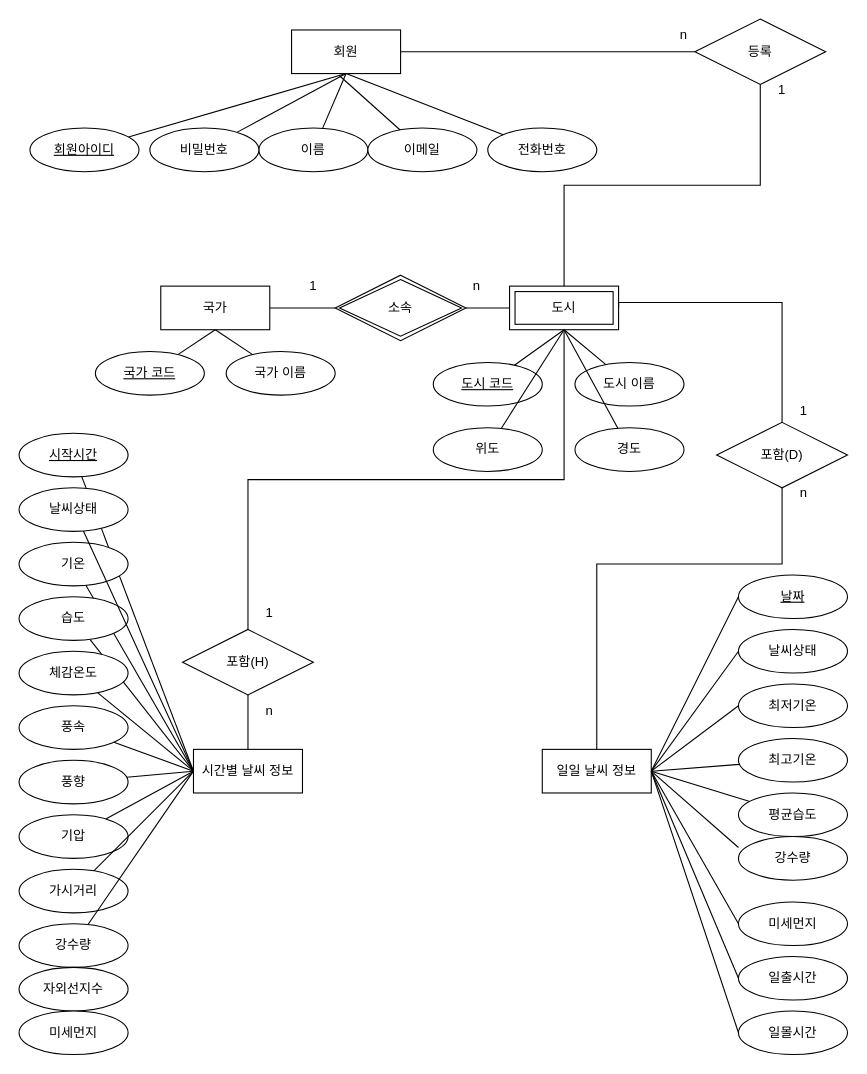
Before: Untitled Diagram.drawio in yeganghwang/db_weather, a draw.io diagram. Source tidied: cells renumbered, new cells numbered last; positions are measured from the earlier drawing's top-left corner, leaving out a move shared by most shapes. Both pictures are drawn from the tidied source at 109%, with x=0, y=0 at pixel (19, 19).
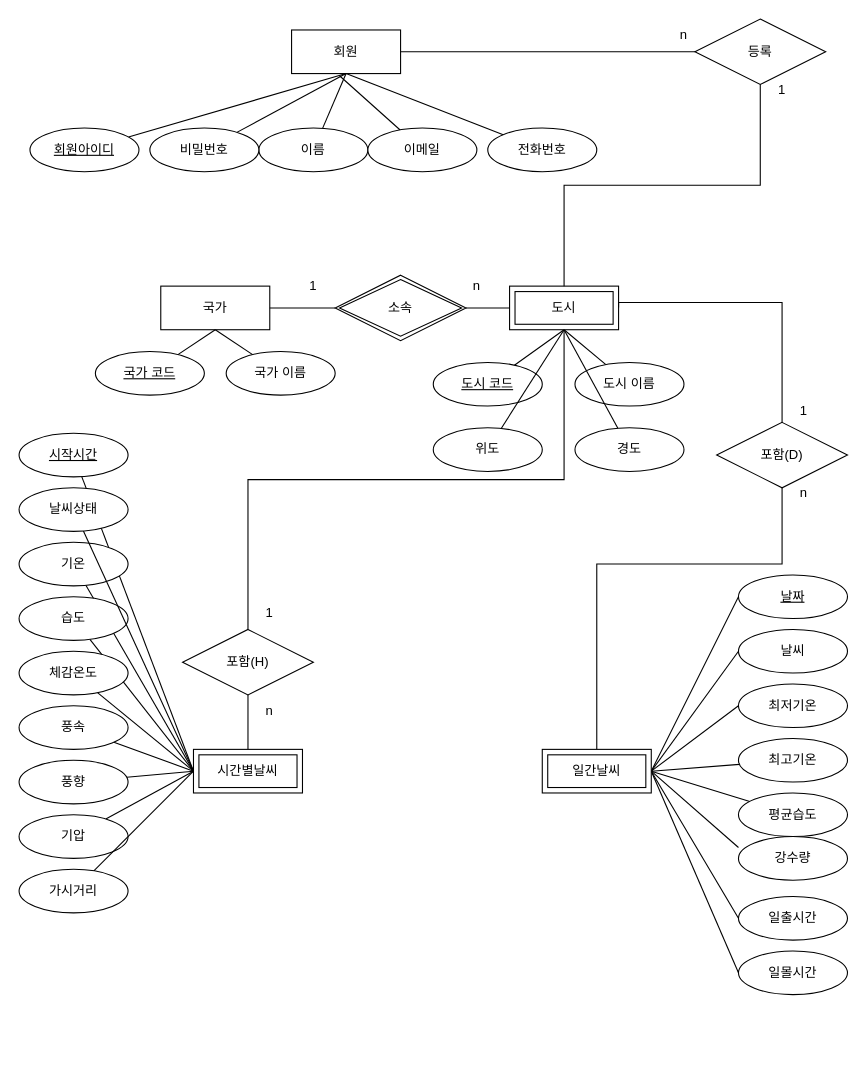
The same diagram, later.

The change refers to these unchanged cells:
```xml
<mxCell id="37" value="시작시간" style="ellipse;whiteSpace=wrap;html=1;align=center;fontStyle=4;" parent="1" vertex="1">
  <mxGeometry y="380" width="100" height="40" as="geometry" />
</mxCell>
<mxCell id="39" value="기온" style="ellipse;whiteSpace=wrap;html=1;align=center;" parent="1" vertex="1">
  <mxGeometry y="480" width="100" height="40" as="geometry" />
</mxCell>
<mxCell id="41" value="습도" style="ellipse;whiteSpace=wrap;html=1;align=center;" parent="1" vertex="1">
  <mxGeometry y="530" width="100" height="40" as="geometry" />
</mxCell>
<mxCell id="43" value="날씨상태" style="ellipse;whiteSpace=wrap;html=1;align=center;" parent="1" vertex="1">
  <mxGeometry y="430" width="100" height="40" as="geometry" />
</mxCell>
<mxCell id="47" value="풍속" style="ellipse;whiteSpace=wrap;html=1;align=center;" parent="1" vertex="1">
  <mxGeometry y="630" width="100" height="40" as="geometry" />
</mxCell>
<mxCell id="49" value="풍향" style="ellipse;whiteSpace=wrap;html=1;align=center;" parent="1" vertex="1">
  <mxGeometry y="680" width="100" height="40" as="geometry" />
</mxCell>
<mxCell id="53" value="가시거리" style="ellipse;whiteSpace=wrap;html=1;align=center;" parent="1" vertex="1">
  <mxGeometry y="780" width="100" height="40" as="geometry" />
</mxCell>
<mxCell id="59" value="최저기온" style="ellipse;whiteSpace=wrap;html=1;align=center;" parent="1" vertex="1">
  <mxGeometry x="660" y="610" width="100" height="40" as="geometry" />
</mxCell>
<mxCell id="61" value="최고기온" style="ellipse;whiteSpace=wrap;html=1;align=center;" parent="1" vertex="1">
  <mxGeometry x="660" y="660" width="100" height="40" as="geometry" />
</mxCell>
<mxCell id="63" value="평균습도" style="ellipse;whiteSpace=wrap;html=1;align=center;" parent="1" vertex="1">
  <mxGeometry x="660" y="710" width="100" height="40" as="geometry" />
</mxCell>
<mxCell id="68" value="포함(H)" style="shape=rhombus;perimeter=rhombusPerimeter;whiteSpace=wrap;html=1;align=center;" parent="1" vertex="1">
  <mxGeometry x="150" y="560" width="120" height="60" as="geometry" />
</mxCell>
<mxCell id="69" value="포함(D)" style="shape=rhombus;perimeter=rhombusPerimeter;whiteSpace=wrap;html=1;align=center;" parent="1" vertex="1">
  <mxGeometry x="640" y="370" width="120" height="60" as="geometry" />
</mxCell>
<mxCell id="85" value="강수량" style="ellipse;whiteSpace=wrap;html=1;align=center;" parent="1" vertex="1">
  <mxGeometry x="660" y="750" width="100" height="40" as="geometry" />
</mxCell>
```

Diff of the diagram source:
```diff
@@
-    <mxCell id="4" value="시간별 날씨 정보" style="whiteSpace=wrap;html=1;align=center;" parent="1" vertex="1">
-      <mxGeometry x="160" y="670" width="100" height="40" as="geometry" />
-    </mxCell>
-    <mxCell id="5" value="일일 날씨 정보" style="whiteSpace=wrap;html=1;align=center;" parent="1" vertex="1">
-      <mxGeometry x="480" y="670" width="100" height="40" as="geometry" />
-    </mxCell>
@@
-    <mxCell id="36" style="edgeStyle=none;rounded=0;jettySize=auto;html=1;entryX=0;entryY=0.5;entryDx=0;entryDy=0;endArrow=none;endFill=0;" parent="1" edge="1" source="37" target="4">
-      <mxGeometry relative="1" as="geometry" />
+    <mxCell id="36" style="edgeStyle=none;rounded=0;jettySize=auto;html=1;entryX=0;entryY=0.5;entryDx=0;entryDy=0;endArrow=none;endFill=0;" parent="1" edge="1" source="37">
+      <mxGeometry relative="1" as="geometry">
+        <mxPoint x="160" y="690" as="targetPoint" />
+      </mxGeometry>
     </mxCell>
@@
-    <mxCell id="38" style="edgeStyle=none;rounded=0;jettySize=auto;html=1;entryX=0;entryY=0.5;entryDx=0;entryDy=0;endArrow=none;endFill=0;" parent="1" edge="1" source="39" target="4">
-      <mxGeometry relative="1" as="geometry" />
+    <mxCell id="38" style="edgeStyle=none;rounded=0;jettySize=auto;html=1;entryX=0;entryY=0.5;entryDx=0;entryDy=0;endArrow=none;endFill=0;" parent="1" edge="1" source="39">
+      <mxGeometry relative="1" as="geometry">
+        <mxPoint x="160" y="690" as="targetPoint" />
+      </mxGeometry>
     </mxCell>
@@
-    <mxCell id="40" style="edgeStyle=none;rounded=0;jettySize=auto;html=1;entryX=0;entryY=0.5;entryDx=0;entryDy=0;endArrow=none;endFill=0;" parent="1" edge="1" source="41" target="4">
-      <mxGeometry relative="1" as="geometry" />
+    <mxCell id="40" style="edgeStyle=none;rounded=0;jettySize=auto;html=1;entryX=0;entryY=0.5;entryDx=0;entryDy=0;endArrow=none;endFill=0;" parent="1" edge="1" source="41">
+      <mxGeometry relative="1" as="geometry">
+        <mxPoint x="160" y="690" as="targetPoint" />
+      </mxGeometry>
     </mxCell>
@@
-    <mxCell id="42" style="edgeStyle=none;rounded=0;jettySize=auto;html=1;entryX=0;entryY=0.5;entryDx=0;entryDy=0;endArrow=none;endFill=0;" parent="1" edge="1" source="43" target="4">
-      <mxGeometry relative="1" as="geometry" />
+    <mxCell id="42" style="edgeStyle=none;rounded=0;jettySize=auto;html=1;entryX=0;entryY=0.5;entryDx=0;entryDy=0;endArrow=none;endFill=0;" parent="1" edge="1" source="43">
+      <mxGeometry relative="1" as="geometry">
+        <mxPoint x="160" y="690" as="targetPoint" />
+      </mxGeometry>
     </mxCell>
@@
-    <mxCell id="46" style="edgeStyle=none;rounded=0;jettySize=auto;html=1;entryX=0;entryY=0.5;entryDx=0;entryDy=0;endArrow=none;endFill=0;" parent="1" edge="1" source="47" target="4">
-      <mxGeometry relative="1" as="geometry" />
+    <mxCell id="46" style="edgeStyle=none;rounded=0;jettySize=auto;html=1;entryX=0;entryY=0.5;entryDx=0;entryDy=0;endArrow=none;endFill=0;" parent="1" edge="1" source="47">
+      <mxGeometry relative="1" as="geometry">
+        <mxPoint x="160" y="690" as="targetPoint" />
+      </mxGeometry>
     </mxCell>
@@
-    <mxCell id="48" style="edgeStyle=none;rounded=0;jettySize=auto;html=1;entryX=0;entryY=0.5;entryDx=0;entryDy=0;endArrow=none;endFill=0;" parent="1" edge="1" source="49" target="4">
-      <mxGeometry relative="1" as="geometry" />
+    <mxCell id="48" style="edgeStyle=none;rounded=0;jettySize=auto;html=1;entryX=0;entryY=0.5;entryDx=0;entryDy=0;endArrow=none;endFill=0;" parent="1" edge="1" source="49">
+      <mxGeometry relative="1" as="geometry">
+        <mxPoint x="160" y="690" as="targetPoint" />
+      </mxGeometry>
     </mxCell>
@@
-    <mxCell id="52" style="edgeStyle=none;rounded=0;jettySize=auto;html=1;entryX=0;entryY=0.5;entryDx=0;entryDy=0;endArrow=none;endFill=0;" parent="1" edge="1" source="53" target="4">
-      <mxGeometry relative="1" as="geometry" />
+    <mxCell id="52" style="edgeStyle=none;rounded=0;jettySize=auto;html=1;entryX=0;entryY=0.5;entryDx=0;entryDy=0;endArrow=none;endFill=0;" parent="1" edge="1" source="53">
+      <mxGeometry relative="1" as="geometry">
+        <mxPoint x="160" y="690" as="targetPoint" />
+      </mxGeometry>
     </mxCell>
@@
-    <mxCell id="56" style="edgeStyle=none;rounded=0;jettySize=auto;html=1;entryX=1;entryY=0.5;entryDx=0;entryDy=0;startArrow=none;startFill=0;endArrow=none;endFill=0;exitX=0;exitY=0.5;exitDx=0;exitDy=0;" parent="1" edge="1" source="57" target="5">
-      <mxGeometry relative="1" as="geometry" />
+    <mxCell id="56" style="edgeStyle=none;rounded=0;jettySize=auto;html=1;entryX=1;entryY=0.5;entryDx=0;entryDy=0;startArrow=none;startFill=0;endArrow=none;endFill=0;exitX=0;exitY=0.5;exitDx=0;exitDy=0;" parent="1" edge="1" source="57">
+      <mxGeometry relative="1" as="geometry">
+        <mxPoint x="580" y="690" as="targetPoint" />
+      </mxGeometry>
     </mxCell>
-    <mxCell id="57" value="날씨상태" style="ellipse;whiteSpace=wrap;html=1;align=center;" parent="1" vertex="1">
+    <mxCell id="57" value="날씨" style="ellipse;whiteSpace=wrap;html=1;align=center;" parent="1" vertex="1">
       <mxGeometry x="660" y="560" width="100" height="40" as="geometry" />
     </mxCell>
-    <mxCell id="58" style="edgeStyle=none;rounded=0;jettySize=auto;html=1;entryX=1;entryY=0.5;entryDx=0;entryDy=0;startArrow=none;startFill=0;endArrow=none;endFill=0;exitX=0;exitY=0.5;exitDx=0;exitDy=0;" parent="1" edge="1" source="59" target="5">
-      <mxGeometry relative="1" as="geometry" />
+    <mxCell id="58" style="edgeStyle=none;rounded=0;jettySize=auto;html=1;entryX=1;entryY=0.5;entryDx=0;entryDy=0;startArrow=none;startFill=0;endArrow=none;endFill=0;exitX=0;exitY=0.5;exitDx=0;exitDy=0;" parent="1" edge="1" source="59">
+      <mxGeometry relative="1" as="geometry">
+        <mxPoint x="580" y="690" as="targetPoint" />
+      </mxGeometry>
     </mxCell>
@@
-    <mxCell id="60" style="edgeStyle=none;rounded=0;jettySize=auto;html=1;entryX=1;entryY=0.5;entryDx=0;entryDy=0;startArrow=none;startFill=0;endArrow=none;endFill=0;" parent="1" edge="1" source="61" target="5">
-      <mxGeometry relative="1" as="geometry" />
+    <mxCell id="60" style="edgeStyle=none;rounded=0;jettySize=auto;html=1;entryX=1;entryY=0.5;entryDx=0;entryDy=0;startArrow=none;startFill=0;endArrow=none;endFill=0;" parent="1" edge="1" source="61">
+      <mxGeometry relative="1" as="geometry">
+        <mxPoint x="580" y="690" as="targetPoint" />
+      </mxGeometry>
     </mxCell>
@@
-    <mxCell id="62" style="edgeStyle=none;rounded=0;jettySize=auto;html=1;entryX=1;entryY=0.5;entryDx=0;entryDy=0;startArrow=none;startFill=0;endArrow=none;endFill=0;" parent="1" edge="1" source="63" target="5">
-      <mxGeometry relative="1" as="geometry" />
+    <mxCell id="62" style="edgeStyle=none;rounded=0;jettySize=auto;html=1;entryX=1;entryY=0.5;entryDx=0;entryDy=0;startArrow=none;startFill=0;endArrow=none;endFill=0;" parent="1" edge="1" source="63">
+      <mxGeometry relative="1" as="geometry">
+        <mxPoint x="580" y="690" as="targetPoint" />
+      </mxGeometry>
     </mxCell>
@@
-    <mxCell id="64" style="edgeStyle=none;rounded=0;jettySize=auto;html=1;entryX=1;entryY=0.5;entryDx=0;entryDy=0;startArrow=none;startFill=0;endArrow=none;endFill=0;exitX=0;exitY=0.5;exitDx=0;exitDy=0;" parent="1" edge="1" source="65" target="5">
-      <mxGeometry relative="1" as="geometry" />
+    <mxCell id="64" style="edgeStyle=none;rounded=0;jettySize=auto;html=1;entryX=1;entryY=0.5;entryDx=0;entryDy=0;startArrow=none;startFill=0;endArrow=none;endFill=0;exitX=0;exitY=0.5;exitDx=0;exitDy=0;" parent="1" edge="1" source="65">
+      <mxGeometry relative="1" as="geometry">
+        <mxPoint x="580" y="690" as="targetPoint" />
+      </mxGeometry>
     </mxCell>
     <mxCell id="65" value="일출시간" style="ellipse;whiteSpace=wrap;html=1;align=center;" parent="1" vertex="1">
-      <mxGeometry x="660" y="860" width="100" height="40" as="geometry" />
+      <mxGeometry x="660" y="805" width="100" height="40" as="geometry" />
     </mxCell>
-    <mxCell id="66" style="edgeStyle=none;rounded=0;jettySize=auto;html=1;entryX=1;entryY=0.5;entryDx=0;entryDy=0;startArrow=none;startFill=0;endArrow=none;endFill=0;exitX=0;exitY=0.5;exitDx=0;exitDy=0;" parent="1" edge="1" source="67" target="5">
-      <mxGeometry relative="1" as="geometry" />
+    <mxCell id="66" style="edgeStyle=none;rounded=0;jettySize=auto;html=1;entryX=1;entryY=0.5;entryDx=0;entryDy=0;startArrow=none;startFill=0;endArrow=none;endFill=0;exitX=0;exitY=0.5;exitDx=0;exitDy=0;" parent="1" edge="1" source="67">
+      <mxGeometry relative="1" as="geometry">
+        <mxPoint x="580" y="690" as="targetPoint" />
+      </mxGeometry>
     </mxCell>
     <mxCell id="67" value="일몰시간" style="ellipse;whiteSpace=wrap;html=1;align=center;" parent="1" vertex="1">
-      <mxGeometry x="660" y="910" width="100" height="40" as="geometry" />
+      <mxGeometry x="660" y="855" width="100" height="40" as="geometry" />
     </mxCell>
@@
-    <mxCell id="71" style="endArrow=none;html=1;rounded=0;exitX=0.5;exitY=1;exitDx=0;exitDy=0;entryX=0.5;entryY=0;entryDx=0;entryDy=0;" parent="1" edge="1" source="68" target="4">
-      <mxGeometry relative="1" as="geometry" />
+    <mxCell id="71" style="endArrow=none;html=1;rounded=0;exitX=0.5;exitY=1;exitDx=0;exitDy=0;entryX=0.5;entryY=0;entryDx=0;entryDy=0;" parent="1" edge="1" source="68">
+      <mxGeometry relative="1" as="geometry">
+        <mxPoint x="210" y="670" as="targetPoint" />
+      </mxGeometry>
     </mxCell>
@@
-    <mxCell id="75" style="endArrow=none;html=1;rounded=0;entryX=0.5;entryY=1;entryDx=0;entryDy=0;exitX=0.5;exitY=0;exitDx=0;exitDy=0;edgeStyle=elbowEdgeStyle;elbow=vertical;" parent="1" edge="1" source="5" target="69">
+    <mxCell id="75" style="endArrow=none;html=1;rounded=0;entryX=0.5;entryY=1;entryDx=0;entryDy=0;exitX=0.5;exitY=0;exitDx=0;exitDy=0;edgeStyle=elbowEdgeStyle;elbow=vertical;" parent="1" edge="1" target="69">
       <mxGeometry relative="1" as="geometry">
+        <mxPoint x="530" y="670" as="sourcePoint" />
         <Array as="points">
           <mxPoint x="610" y="500" />
         </Array>
       </mxGeometry>
     </mxCell>
@@
-    <mxCell id="81" style="edgeStyle=none;rounded=0;jettySize=auto;html=1;entryX=0;entryY=0.5;entryDx=0;entryDy=0;endArrow=none;endFill=0;" parent="1" edge="1" source="82" target="4">
-      <mxGeometry relative="1" as="geometry" />
-    </mxCell>
-    <mxCell id="82" value="강수량" style="ellipse;whiteSpace=wrap;html=1;align=center;" parent="1" vertex="1">
-      <mxGeometry y="830" width="100" height="40" as="geometry" />
-    </mxCell>
-    <mxCell id="83" value="자외선지수" style="ellipse;whiteSpace=wrap;html=1;align=center;" parent="1" vertex="1">
-      <mxGeometry y="870" width="100" height="40" as="geometry" />
-    </mxCell>
-    <mxCell id="84" value="미세먼지" style="ellipse;whiteSpace=wrap;html=1;align=center;" parent="1" vertex="1">
-      <mxGeometry y="910" width="100" height="40" as="geometry" />
-    </mxCell>
@@
-    <mxCell id="86" value="미세먼지" style="ellipse;whiteSpace=wrap;html=1;align=center;" parent="1" vertex="1">
-      <mxGeometry x="660" y="810" width="100" height="40" as="geometry" />
-    </mxCell>
-    <mxCell id="87" style="edgeStyle=none;rounded=0;jettySize=auto;html=1;entryX=1;entryY=0.5;entryDx=0;entryDy=0;startArrow=none;startFill=0;endArrow=none;endFill=0;exitX=0;exitY=0.5;exitDx=0;exitDy=0;" parent="1" edge="1" source="86" target="5">
-      <mxGeometry relative="1" as="geometry" />
-    </mxCell>
-    <mxCell id="88" style="edgeStyle=none;rounded=0;jettySize=auto;html=1;startArrow=none;startFill=0;endArrow=none;endFill=0;exitX=0;exitY=0.25;exitDx=0;exitDy=0;exitPerimeter=0;entryX=1;entryY=0.5;entryDx=0;entryDy=0;" parent="1" edge="1" source="85" target="5">
-      <mxGeometry relative="1" as="geometry" />
+    <mxCell id="88" style="edgeStyle=none;rounded=0;jettySize=auto;html=1;startArrow=none;startFill=0;endArrow=none;endFill=0;exitX=0;exitY=0.25;exitDx=0;exitDy=0;exitPerimeter=0;entryX=1;entryY=0.5;entryDx=0;entryDy=0;" parent="1" edge="1" source="85">
+      <mxGeometry relative="1" as="geometry">
+        <mxPoint x="580" y="690" as="targetPoint" />
+      </mxGeometry>
     </mxCell>
+    <mxCell id="89" value="일간날씨" style="shape=ext;margin=3;double=1;whiteSpace=wrap;html=1;align=center;" parent="1" vertex="1">
+      <mxGeometry x="480" y="670" width="100" height="40" as="geometry" />
+    </mxCell>
+    <mxCell id="90" value="시간별날씨" style="shape=ext;margin=3;double=1;whiteSpace=wrap;html=1;align=center;" parent="1" vertex="1">
+      <mxGeometry x="160" y="670" width="100" height="40" as="geometry" />
+    </mxCell>
```
